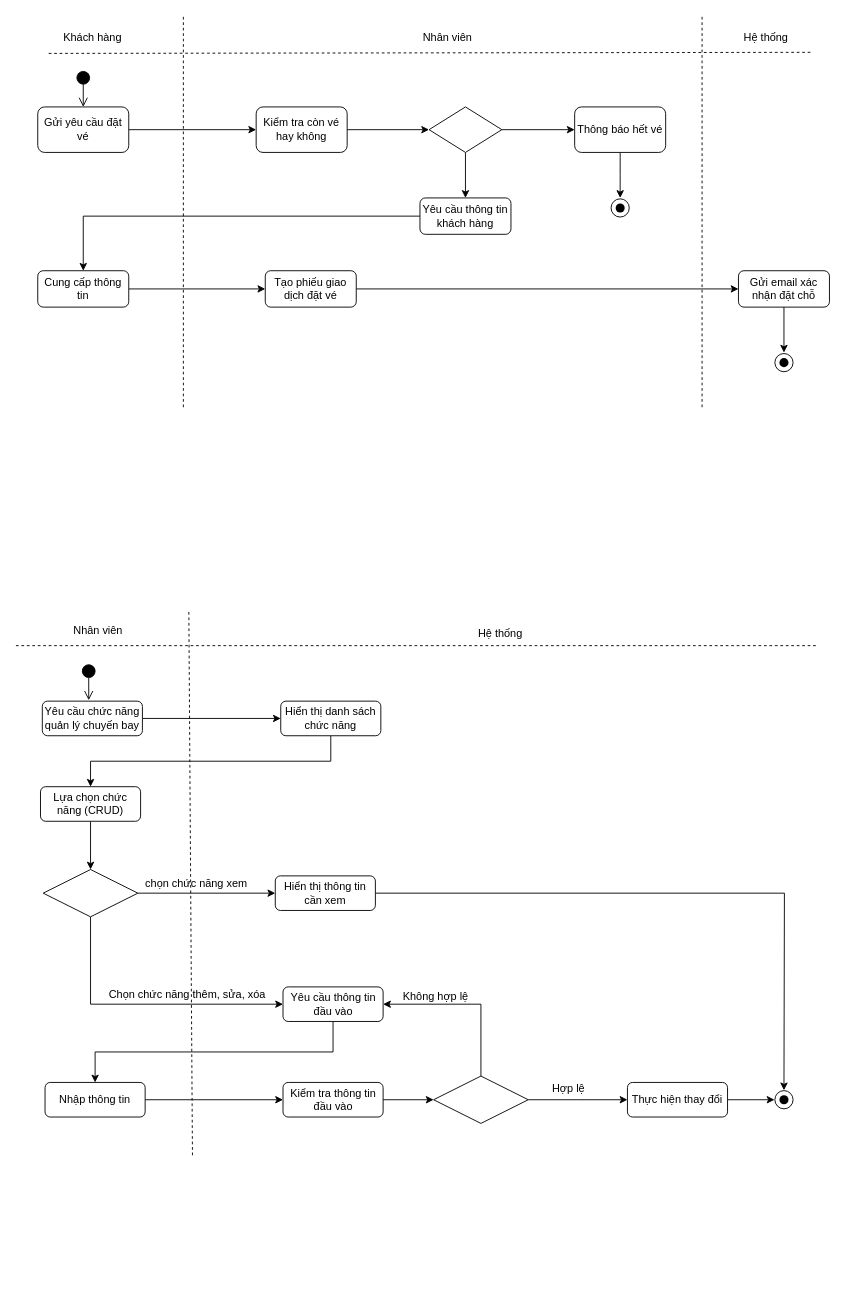
ChauCongTu/thiet-ke-linh-tinh keeps this draw.io diagram as so-do-hoat-dong.drawio. Above is the earlier version. Source tidied: cells renumbered, new cells numbered last; positions are measured from the earlier drawing's top-left corner, leaving out a move shared by most shapes. Both pictures are drawn from the tidied source at 91%, with x=0, y=0 at pixel (15, 15).
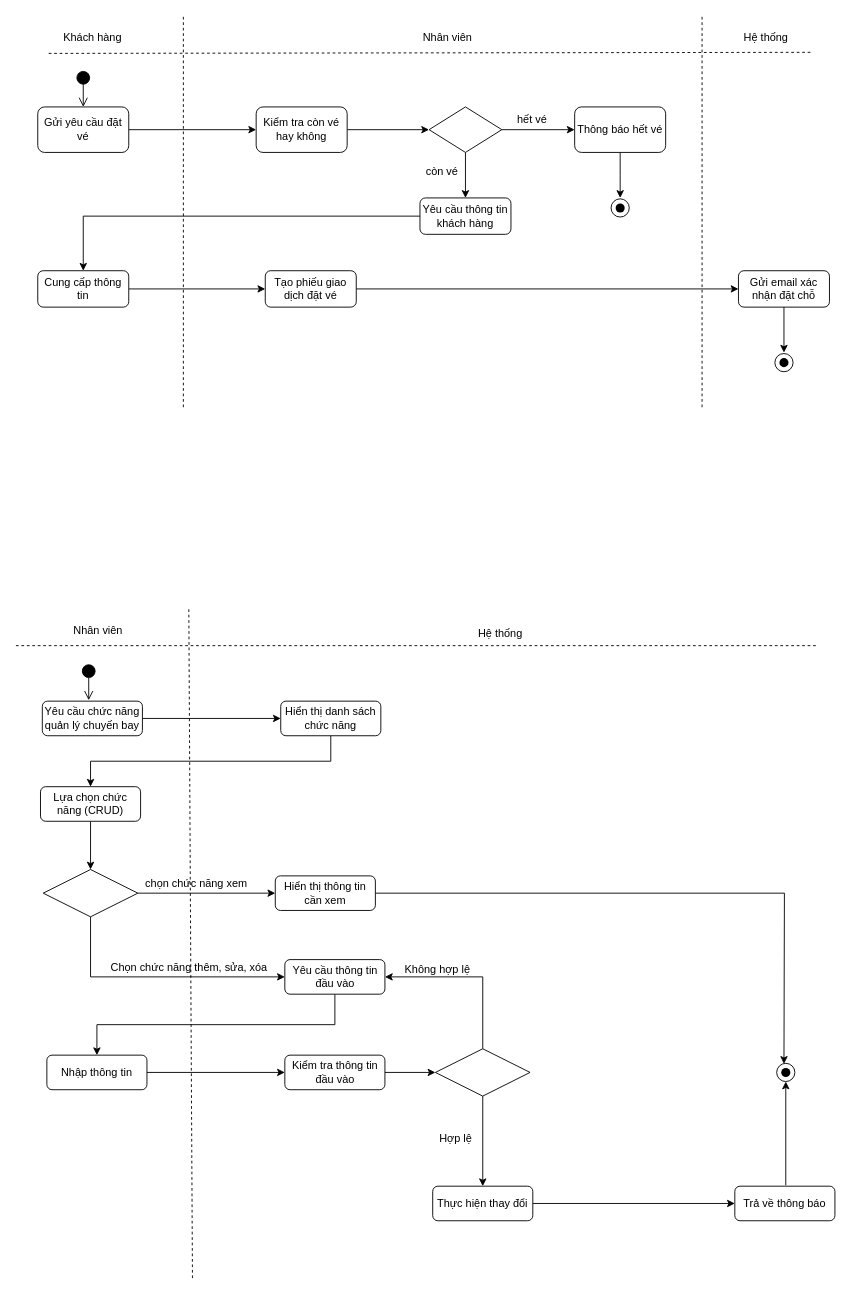
The same page after the edit.

Commit message (it also covers changes not shown here):
Cập nhật so-do-hoat-dong.drawio

The change refers to these unchanged cells:
```xml
<mxCell id="60" value="Hiển thị thông tin cần xem" style="rounded=1;whiteSpace=wrap;html=1;" parent="1" vertex="1">
  <mxGeometry x="285" y="945" width="110" height="38" as="geometry" />
</mxCell>
```

The edit, as a diff of the source:
```diff
@@
     <mxCell id="32" style="endArrow=none;dashed=1;html=1;rounded=0;" parent="1" edge="1">
       <mxGeometry relative="1" as="geometry">
-        <mxPoint x="194" y="1252" as="sourcePoint" />
+        <mxPoint x="194" y="1387" as="sourcePoint" />
         <mxPoint x="190" y="652" as="targetPoint" />
       </mxGeometry>
     </mxCell>
@@
     <mxCell id="42" value="Yêu cầu thông tin đầu vào" style="rounded=1;whiteSpace=wrap;html=1;" parent="1" vertex="1">
-      <mxGeometry x="293.5" y="1067" width="110" height="38" as="geometry" />
+      <mxGeometry x="295.5" y="1037" width="110" height="38" as="geometry" />
     </mxCell>
@@
     <mxCell id="44" value="Nhập thông tin" style="rounded=1;whiteSpace=wrap;html=1;" parent="1" vertex="1">
-      <mxGeometry x="32" y="1172" width="110" height="38" as="geometry" />
+      <mxGeometry x="34" y="1142" width="110" height="38" as="geometry" />
     </mxCell>
@@
     <mxCell id="46" value="Kiểm tra thông tin đầu vào" style="rounded=1;whiteSpace=wrap;html=1;" parent="1" vertex="1">
-      <mxGeometry x="293.5" y="1172" width="110" height="38" as="geometry" />
+      <mxGeometry x="295.5" y="1142" width="110" height="38" as="geometry" />
     </mxCell>
@@
-    <mxCell id="48" style="edgeStyle=orthogonalEdgeStyle;rounded=0;jettySize=auto;html=1;exitX=1;exitY=0.5;exitDx=0;exitDy=0;" parent="1" edge="1" source="49">
-      <mxGeometry relative="1" as="geometry">
-        <mxPoint x="672" y="1191" as="targetPoint" />
-      </mxGeometry>
+    <mxCell id="48" style="rounded=0;jettySize=auto;html=1;exitX=0.5;exitY=1;exitDx=0;exitDy=0;" parent="1" edge="1" source="49" target="52">
+      <mxGeometry relative="1" as="geometry" />
     </mxCell>
     <mxCell id="49" style="rhombus;whiteSpace=wrap;html=1;" parent="1" vertex="1">
-      <mxGeometry x="459" y="1165" width="104" height="52" as="geometry" />
+      <mxGeometry x="461" y="1135" width="104" height="52" as="geometry" />
     </mxCell>
     <mxCell id="50" value="Không hợp lệ" style="text;html=1;align=center;verticalAlign=middle;strokeColor=none;fillColor=none;" parent="1" vertex="1">
-      <mxGeometry x="416" y="1065" width="90" height="26" as="geometry" />
+      <mxGeometry x="418" y="1035" width="90" height="26" as="geometry" />
     </mxCell>
-    <mxCell id="51" style="edgeStyle=orthogonalEdgeStyle;rounded=0;jettySize=auto;html=1;exitX=1;exitY=0.5;exitDx=0;exitDy=0;" parent="1" edge="1" source="52">
-      <mxGeometry relative="1" as="geometry">
-        <mxPoint x="833.6" y="1191" as="targetPoint" />
-      </mxGeometry>
-    </mxCell>
+    <mxCell id="63" style="edgeStyle=orthogonalEdgeStyle;rounded=0;jettySize=auto;html=1;exitX=1;exitY=0.5;exitDx=0;exitDy=0;" parent="1" edge="1" source="52" target="64">
+      <mxGeometry relative="1" as="geometry" />
+    </mxCell>
     <mxCell id="52" value="Thực hiện thay đổi" style="rounded=1;whiteSpace=wrap;html=1;" parent="1" vertex="1">
-      <mxGeometry x="672" y="1172" width="110" height="38" as="geometry" />
+      <mxGeometry x="458" y="1286" width="110" height="38" as="geometry" />
     </mxCell>
     <mxCell id="53" value="Hợp lệ" style="text;html=1;align=center;verticalAlign=middle;strokeColor=none;fillColor=none;" parent="1" vertex="1">
-      <mxGeometry x="580" y="1166" width="54" height="26" as="geometry" />
+      <mxGeometry x="456" y="1221" width="54" height="26" as="geometry" />
     </mxCell>
     <mxCell id="54" style="ellipse;whiteSpace=wrap;html=1;" parent="1" vertex="1">
-      <mxGeometry x="834" y="1181" width="20" height="20" as="geometry" />
+      <mxGeometry x="836" y="1151" width="20" height="20" as="geometry" />
     </mxCell>
     <mxCell id="55" style="shape=waypoint;sketch=0;fillStyle=solid;size=6;fillColor=none;perimeter=centerPerimeter;strokeWidth=3;" parent="1" vertex="1">
-      <mxGeometry x="834" y="1181" width="20" height="20" as="geometry" />
+      <mxGeometry x="836" y="1151" width="20" height="20" as="geometry" />
     </mxCell>
@@
     <mxCell id="59" style="edgeStyle=orthogonalEdgeStyle;rounded=0;jettySize=auto;html=1;exitX=1;exitY=0.5;exitDx=0;exitDy=0;" parent="1" edge="1" source="60">
       <mxGeometry relative="1" as="geometry">
-        <mxPoint x="844" y="1180.6" as="targetPoint" />
+        <mxPoint x="844" y="1151.6" as="targetPoint" />
       </mxGeometry>
     </mxCell>
@@
     <mxCell id="62" value="Chọn chức năng thêm, sửa, xóa" style="text;html=1;align=center;verticalAlign=middle;strokeColor=none;fillColor=none;" parent="1" vertex="1">
-      <mxGeometry x="93" y="1063" width="190" height="26" as="geometry" />
+      <mxGeometry x="95" y="1033" width="190" height="26" as="geometry" />
     </mxCell>
+    <mxCell id="64" value="Trả về thông báo" style="rounded=1;whiteSpace=wrap;html=1;" parent="1" vertex="1">
+      <mxGeometry x="790" y="1286" width="110" height="38" as="geometry" />
+    </mxCell>
+    <mxCell id="65" style="edgeStyle=orthogonalEdgeStyle;rounded=0;orthogonalLoop=1;jettySize=auto;html=1;entryX=0.626;entryY=1.197;entryDx=0;entryDy=0;entryPerimeter=0;" parent="1" edge="1">
+      <mxGeometry relative="1" as="geometry">
+        <mxPoint x="846" y="1285" as="sourcePoint" />
+        <mxPoint x="846" y="1171" as="targetPoint" />
+      </mxGeometry>
+    </mxCell>
+    <mxCell id="66" value="hết vé" style="text;html=1;align=center;verticalAlign=middle;strokeColor=none;fillColor=none;" parent="1" vertex="1">
+      <mxGeometry x="541" y="101" width="51" height="26" as="geometry" />
+    </mxCell>
+    <mxCell id="67" value="còn vé" style="text;html=1;align=center;verticalAlign=middle;strokeColor=none;fillColor=none;" parent="1" vertex="1">
+      <mxGeometry x="441" y="158" width="53" height="26" as="geometry" />
+    </mxCell>
```
